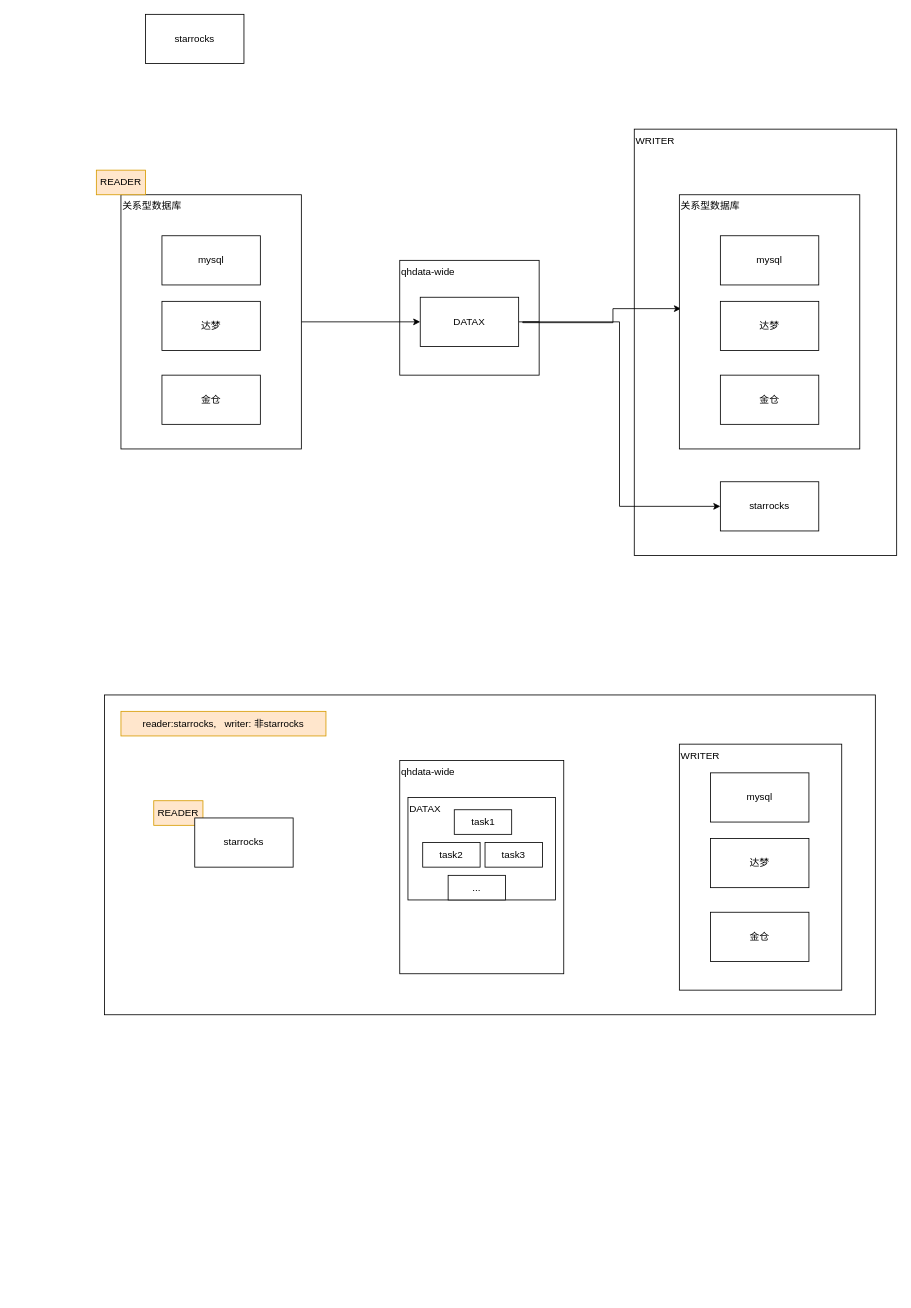
This is qh/starrocks.drawio from shaominghuiwhatsup/graph, a draw.io file, before an edit. Source tidied: cells renumbered, new cells numbered last; positions are measured from the earlier drawing's top-left corner, leaving out a move shared by most shapes. Both pictures are drawn from the tidied source at 82%, with x=0, y=0 at pixel (96, 14).
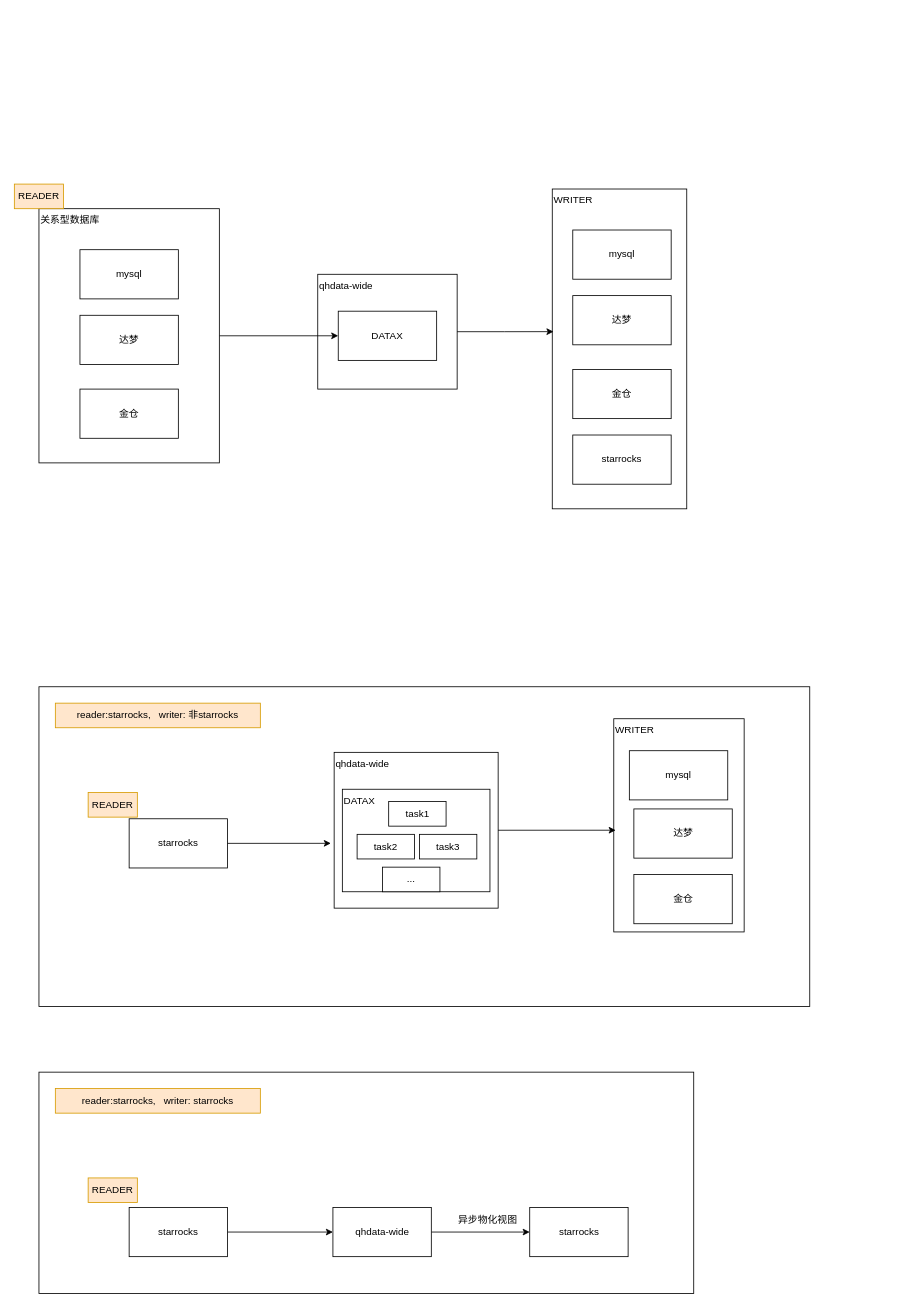
The same page after the edit.

What changed in the source:
```diff
@@
     <mxCell id="2" style="rounded=0;whiteSpace=wrap;html=1;" parent="1" vertex="1">
-      <mxGeometry x="10" y="830" width="940" height="390" as="geometry" />
+      <mxGeometry x="-70" y="820" width="940" height="390" as="geometry" />
     </mxCell>
     <mxCell id="3" value="qhdata-wide" style="rounded=0;whiteSpace=wrap;html=1;align=left;verticalAlign=top;" parent="1" vertex="1">
-      <mxGeometry x="370" y="300" width="170" height="140" as="geometry" />
+      <mxGeometry x="270" y="317" width="170" height="140" as="geometry" />
     </mxCell>
     <mxCell id="4" value="WRITER" style="rounded=0;whiteSpace=wrap;html=1;align=left;verticalAlign=top;" parent="1" vertex="1">
-      <mxGeometry x="656" y="140" width="320" height="520" as="geometry" />
+      <mxGeometry x="556" y="213" width="164" height="390" as="geometry" />
     </mxCell>
@@
     <mxCell id="6" value="关系型数据库" style="rounded=0;whiteSpace=wrap;html=1;align=left;verticalAlign=top;" parent="1" vertex="1">
-      <mxGeometry x="30" y="220" width="220" height="310" as="geometry" />
+      <mxGeometry x="-70" y="237" width="220" height="310" as="geometry" />
     </mxCell>
-    <mxCell id="7" value="starrocks" style="rounded=0;whiteSpace=wrap;html=1;" parent="1" vertex="1">
-      <mxGeometry x="60" width="120" height="60" as="geometry" />
-    </mxCell>
-    <mxCell id="8" style="edgeStyle=orthogonalEdgeStyle;rounded=0;jettySize=auto;html=1;entryX=0.009;entryY=0.448;entryDx=0;entryDy=0;entryPerimeter=0;" parent="1" edge="1" target="13">
-      <mxGeometry relative="1" as="geometry">
-        <mxPoint x="540" y="375" as="sourcePoint" />
-        <Array as="points">
-          <mxPoint x="520" y="375" />
-          <mxPoint x="520" y="376" />
-          <mxPoint x="630" y="376" />
-          <mxPoint x="630" y="359" />
-        </Array>
-      </mxGeometry>
-    </mxCell>
     <mxCell id="9" value="达梦" style="rounded=0;whiteSpace=wrap;html=1;" parent="1" vertex="1">
-      <mxGeometry x="80" y="350" width="120" height="60" as="geometry" />
+      <mxGeometry x="-20" y="367" width="120" height="60" as="geometry" />
     </mxCell>
     <mxCell id="10" value="mysql" style="rounded=0;whiteSpace=wrap;html=1;" parent="1" vertex="1">
-      <mxGeometry x="80" y="270" width="120" height="60" as="geometry" />
+      <mxGeometry x="-20" y="287" width="120" height="60" as="geometry" />
     </mxCell>
     <mxCell id="11" value="金仓" style="rounded=0;whiteSpace=wrap;html=1;" parent="1" vertex="1">
-      <mxGeometry x="80" y="440" width="120" height="60" as="geometry" />
+      <mxGeometry x="-20" y="457" width="120" height="60" as="geometry" />
     </mxCell>
     <mxCell id="12" value="starrocks" style="rounded=0;whiteSpace=wrap;html=1;" parent="1" vertex="1">
-      <mxGeometry x="761" y="570" width="120" height="60" as="geometry" />
+      <mxGeometry x="581" y="513" width="120" height="60" as="geometry" />
     </mxCell>
-    <mxCell id="13" value="关系型数据库" style="rounded=0;whiteSpace=wrap;html=1;align=left;verticalAlign=top;" parent="1" vertex="1">
-      <mxGeometry x="711" y="220" width="220" height="310" as="geometry" />
-    </mxCell>
     <mxCell id="14" value="达梦" style="rounded=0;whiteSpace=wrap;html=1;" parent="1" vertex="1">
-      <mxGeometry x="761" y="350" width="120" height="60" as="geometry" />
+      <mxGeometry x="581" y="343" width="120" height="60" as="geometry" />
     </mxCell>
     <mxCell id="15" value="mysql" style="rounded=0;whiteSpace=wrap;html=1;" parent="1" vertex="1">
-      <mxGeometry x="761" y="270" width="120" height="60" as="geometry" />
+      <mxGeometry x="581" y="263" width="120" height="60" as="geometry" />
     </mxCell>
     <mxCell id="16" value="金仓" style="rounded=0;whiteSpace=wrap;html=1;" parent="1" vertex="1">
-      <mxGeometry x="761" y="440" width="120" height="60" as="geometry" />
+      <mxGeometry x="581" y="433" width="120" height="60" as="geometry" />
     </mxCell>
     <mxCell id="17" value="READER" style="text;html=1;align=center;verticalAlign=middle;whiteSpace=wrap;rounded=0;fillColor=#ffe6cc;strokeColor=#d79b00;" parent="1" vertex="1">
-      <mxGeometry y="190" width="60" height="30" as="geometry" />
+      <mxGeometry x="-100" y="207" width="60" height="30" as="geometry" />
     </mxCell>
-    <mxCell id="18" style="edgeStyle=orthogonalEdgeStyle;rounded=0;jettySize=auto;html=1;exitX=1;exitY=0.5;exitDx=0;exitDy=0;entryX=0;entryY=0.5;entryDx=0;entryDy=0;" parent="1" edge="1" source="19" target="12">
-      <mxGeometry relative="1" as="geometry" />
-    </mxCell>
     <mxCell id="19" value="DATAX" style="rounded=0;whiteSpace=wrap;html=1;" parent="1" vertex="1">
-      <mxGeometry x="395" y="345" width="120" height="60" as="geometry" />
+      <mxGeometry x="295" y="362" width="120" height="60" as="geometry" />
     </mxCell>
     <mxCell id="20" value="qhdata-wide" style="rounded=0;whiteSpace=wrap;html=1;align=left;verticalAlign=top;" parent="1" vertex="1">
-      <mxGeometry x="370" y="910" width="200" height="260" as="geometry" />
+      <mxGeometry x="290" y="900" width="200" height="190" as="geometry" />
     </mxCell>
     <mxCell id="21" value="WRITER" style="rounded=0;whiteSpace=wrap;html=1;align=left;verticalAlign=top;" parent="1" vertex="1">
-      <mxGeometry x="711" y="890" width="198" height="300" as="geometry" />
+      <mxGeometry x="631" y="859" width="159" height="260" as="geometry" />
     </mxCell>
     <mxCell id="22" value="达梦" style="rounded=0;whiteSpace=wrap;html=1;" parent="1" vertex="1">
-      <mxGeometry x="749" y="1005" width="120" height="60" as="geometry" />
+      <mxGeometry x="655.5" y="969" width="120" height="60" as="geometry" />
     </mxCell>
     <mxCell id="23" value="mysql" style="rounded=0;whiteSpace=wrap;html=1;" parent="1" vertex="1">
-      <mxGeometry x="749" y="925" width="120" height="60" as="geometry" />
+      <mxGeometry x="650" y="898" width="120" height="60" as="geometry" />
     </mxCell>
     <mxCell id="24" value="金仓" style="rounded=0;whiteSpace=wrap;html=1;" parent="1" vertex="1">
-      <mxGeometry x="749" y="1095" width="120" height="60" as="geometry" />
+      <mxGeometry x="655.5" y="1049" width="120" height="60" as="geometry" />
     </mxCell>
     <mxCell id="25" value="READER" style="text;html=1;align=center;verticalAlign=middle;whiteSpace=wrap;rounded=0;fillColor=#ffe6cc;strokeColor=#d79b00;" parent="1" vertex="1">
-      <mxGeometry x="70" y="959" width="60" height="30" as="geometry" />
+      <mxGeometry x="-10" y="949" width="60" height="30" as="geometry" />
     </mxCell>
     <mxCell id="26" value="DATAX" style="rounded=0;whiteSpace=wrap;html=1;align=left;verticalAlign=top;" parent="1" vertex="1">
-      <mxGeometry x="380" y="955" width="180" height="125" as="geometry" />
+      <mxGeometry x="300" y="945" width="180" height="125" as="geometry" />
     </mxCell>
     <mxCell id="27" value="starrocks" style="rounded=0;whiteSpace=wrap;html=1;" parent="1" vertex="1">
-      <mxGeometry x="120" y="980" width="120" height="60" as="geometry" />
+      <mxGeometry x="40" y="981" width="120" height="60" as="geometry" />
     </mxCell>
     <mxCell id="28" value="task2" style="rounded=0;whiteSpace=wrap;html=1;" parent="1" vertex="1">
-      <mxGeometry x="398" y="1010" width="70" height="30" as="geometry" />
+      <mxGeometry x="318" y="1000" width="70" height="30" as="geometry" />
     </mxCell>
     <mxCell id="29" value="task1" style="rounded=0;whiteSpace=wrap;html=1;" parent="1" vertex="1">
-      <mxGeometry x="436.5" y="970" width="70" height="30" as="geometry" />
+      <mxGeometry x="356.5" y="960" width="70" height="30" as="geometry" />
     </mxCell>
     <mxCell id="30" value="task3" style="rounded=0;whiteSpace=wrap;html=1;" parent="1" vertex="1">
-      <mxGeometry x="474" y="1010" width="70" height="30" as="geometry" />
+      <mxGeometry x="394" y="1000" width="70" height="30" as="geometry" />
     </mxCell>
     <mxCell id="31" value="..." style="rounded=0;whiteSpace=wrap;html=1;" parent="1" vertex="1">
-      <mxGeometry x="429" y="1050" width="70" height="30" as="geometry" />
+      <mxGeometry x="349" y="1040" width="70" height="30" as="geometry" />
     </mxCell>
     <mxCell id="32" value="reader:starrocks,&amp;nbsp; &amp;nbsp;writer: 非starrocks" style="text;html=1;align=center;verticalAlign=middle;whiteSpace=wrap;rounded=0;fillColor=#ffe6cc;strokeColor=#d79b00;" parent="1" vertex="1">
-      <mxGeometry x="30" y="850" width="250" height="30" as="geometry" />
+      <mxGeometry x="-50" y="840" width="250" height="30" as="geometry" />
     </mxCell>
+    <mxCell id="33" style="edgeStyle=orthogonalEdgeStyle;rounded=0;jettySize=auto;html=1;exitX=1;exitY=0.5;exitDx=0;exitDy=0;entryX=0.009;entryY=0.446;entryDx=0;entryDy=0;entryPerimeter=0;" parent="1" edge="1" source="3" target="4">
+      <mxGeometry relative="1" as="geometry" />
+    </mxCell>
+    <mxCell id="34" style="edgeStyle=orthogonalEdgeStyle;rounded=0;jettySize=auto;html=1;exitX=1;exitY=0.5;exitDx=0;exitDy=0;entryX=-0.02;entryY=0.584;entryDx=0;entryDy=0;entryPerimeter=0;" parent="1" edge="1" source="27" target="20">
+      <mxGeometry relative="1" as="geometry" />
+    </mxCell>
+    <mxCell id="35" style="edgeStyle=orthogonalEdgeStyle;rounded=0;jettySize=auto;html=1;exitX=1;exitY=0.5;exitDx=0;exitDy=0;entryX=0.015;entryY=0.523;entryDx=0;entryDy=0;entryPerimeter=0;" parent="1" edge="1" source="20" target="21">
+      <mxGeometry relative="1" as="geometry" />
+    </mxCell>
+    <mxCell id="36" style="rounded=0;whiteSpace=wrap;html=1;" parent="1" vertex="1">
+      <mxGeometry x="-70" y="1290" width="798.5" height="270" as="geometry" />
+    </mxCell>
+    <mxCell id="37" value="READER" style="text;html=1;align=center;verticalAlign=middle;whiteSpace=wrap;rounded=0;fillColor=#ffe6cc;strokeColor=#d79b00;" parent="1" vertex="1">
+      <mxGeometry x="-10" y="1419" width="60" height="30" as="geometry" />
+    </mxCell>
+    <mxCell id="38" style="edgeStyle=orthogonalEdgeStyle;rounded=0;jettySize=auto;html=1;exitX=1;exitY=0.5;exitDx=0;exitDy=0;entryX=0;entryY=0.5;entryDx=0;entryDy=0;" parent="1" edge="1" source="39" target="42">
+      <mxGeometry relative="1" as="geometry" />
+    </mxCell>
+    <mxCell id="39" value="starrocks" style="rounded=0;whiteSpace=wrap;html=1;" parent="1" vertex="1">
+      <mxGeometry x="40" y="1455" width="120" height="60" as="geometry" />
+    </mxCell>
+    <mxCell id="40" value="reader:starrocks,&amp;nbsp; &amp;nbsp;writer: starrocks" style="text;html=1;align=center;verticalAlign=middle;whiteSpace=wrap;rounded=0;fillColor=#ffe6cc;strokeColor=#d79b00;" parent="1" vertex="1">
+      <mxGeometry x="-50" y="1310" width="250" height="30" as="geometry" />
+    </mxCell>
+    <mxCell id="41" style="edgeStyle=orthogonalEdgeStyle;rounded=0;jettySize=auto;html=1;exitX=1;exitY=0.5;exitDx=0;exitDy=0;entryX=0;entryY=0.5;entryDx=0;entryDy=0;" parent="1" edge="1" source="42" target="43">
+      <mxGeometry relative="1" as="geometry" />
+    </mxCell>
+    <mxCell id="42" value="qhdata-wide" style="rounded=0;whiteSpace=wrap;html=1;" parent="1" vertex="1">
+      <mxGeometry x="288.5" y="1455" width="120" height="60" as="geometry" />
+    </mxCell>
+    <mxCell id="43" value="starrocks" style="rounded=0;whiteSpace=wrap;html=1;" parent="1" vertex="1">
+      <mxGeometry x="528.5" y="1455" width="120" height="60" as="geometry" />
+    </mxCell>
+    <mxCell id="44" value="异步物化视图" style="text;html=1;align=center;verticalAlign=middle;whiteSpace=wrap;rounded=0;" parent="1" vertex="1">
+      <mxGeometry x="435.5" y="1455" width="83" height="30" as="geometry" />
+    </mxCell>
```
